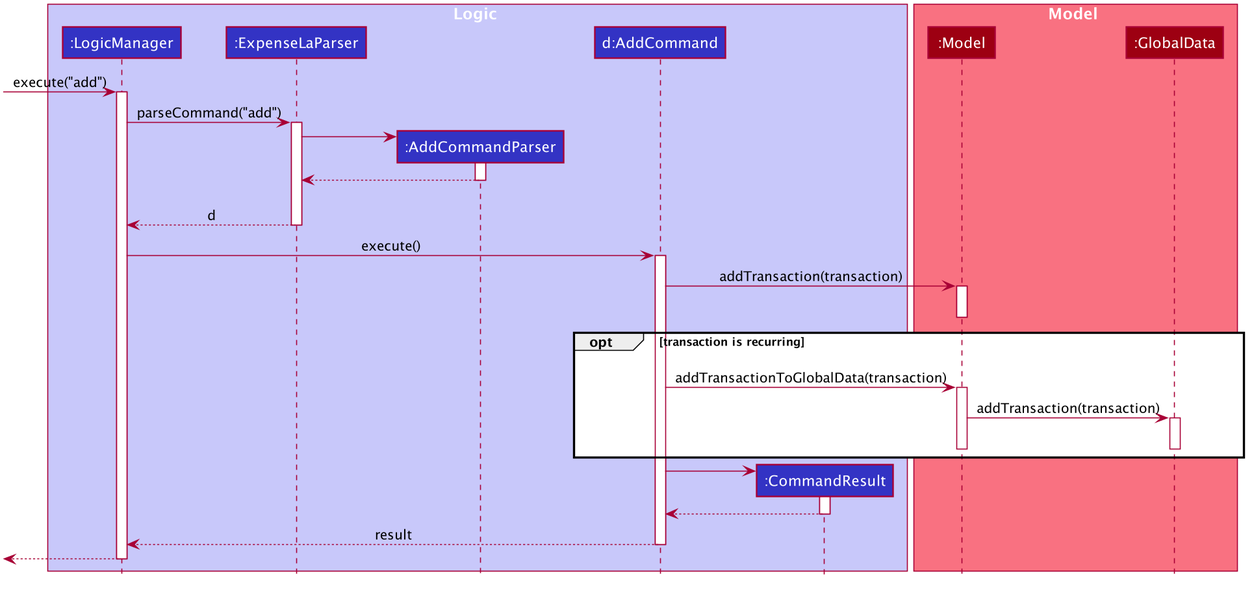
Before: images/add-command/AddCommandSequenceDiagram.png, a diagram exported from PlantUML (AY1920S2-CS2103-T09-3/main). Its diagram source:
```plantuml
@startuml








skinparam BackgroundColor #FFFFFFF

skinparam Shadowing false

skinparam Class {
    FontColor #FFFFFF
    BorderThickness 1
    BorderColor #FFFFFF
    StereotypeFontColor #FFFFFF
    FontName Arial
}

skinparam Actor {
    BorderColor #000000
    Color #000000
    FontName Arial
}

skinparam Sequence {
    MessageAlign center
    BoxFontSize 15
    BoxPadding 0
    BoxFontColor #FFFFFF
    FontName Arial
}

skinparam Participant {
    FontColor #FFFFFFF
    Padding 20
}

skinparam MinClassWidth 50
skinparam ParticipantPadding 10
skinparam Shadowing false
skinparam DefaultTextAlignment center
skinparam packageStyle Rectangle

hide footbox
hide members
hide circle

box Logic #C8C8FA
participant ":LogicManager" as LogicManager #3333C4
participant ":ExpenseLaParser" as ExpenseLaParser #3333C4
participant ":AddCommandParser" as AddCommandParser #3333C4
participant "d:AddCommand" as AddCommand #3333C4
participant ":CommandResult" as CommandResult #3333C4
end box

box Model #F97181

participant ":Model" as Model #9D0012
participant ":GlobalData" as GlobalData #9D0012
end box

[-> LogicManager : execute("add")
activate LogicManager

LogicManager -> ExpenseLaParser : parseCommand("add")
activate ExpenseLaParser

create AddCommandParser
ExpenseLaParser -> AddCommandParser
activate AddCommandParser


AddCommandParser --> ExpenseLaParser
deactivate AddCommandParser

deactivate AddCommandParser
AddCommandParser -[hidden]-> ExpenseLaParser

ExpenseLaParser --> LogicManager : d
deactivate ExpenseLaParser

LogicManager -> AddCommand : execute()
activate AddCommand



AddCommand -> Model : addTransaction(transaction)
activate Model
deactivate Model

opt transaction is recurring



AddCommand -[hidden]> GlobalData
AddCommand -> Model : addTransactionToGlobalData(transaction)
activate Model

Model -> GlobalData : addTransaction(transaction)

activate GlobalData

deactivate GlobalData




deactivate Model


end

create CommandResult
AddCommand -> CommandResult
activate CommandResult

CommandResult --> AddCommand
deactivate CommandResult

AddCommand --> LogicManager : result
deactivate AddCommand

[<--LogicManager
deactivate LogicManager
@enduml
```
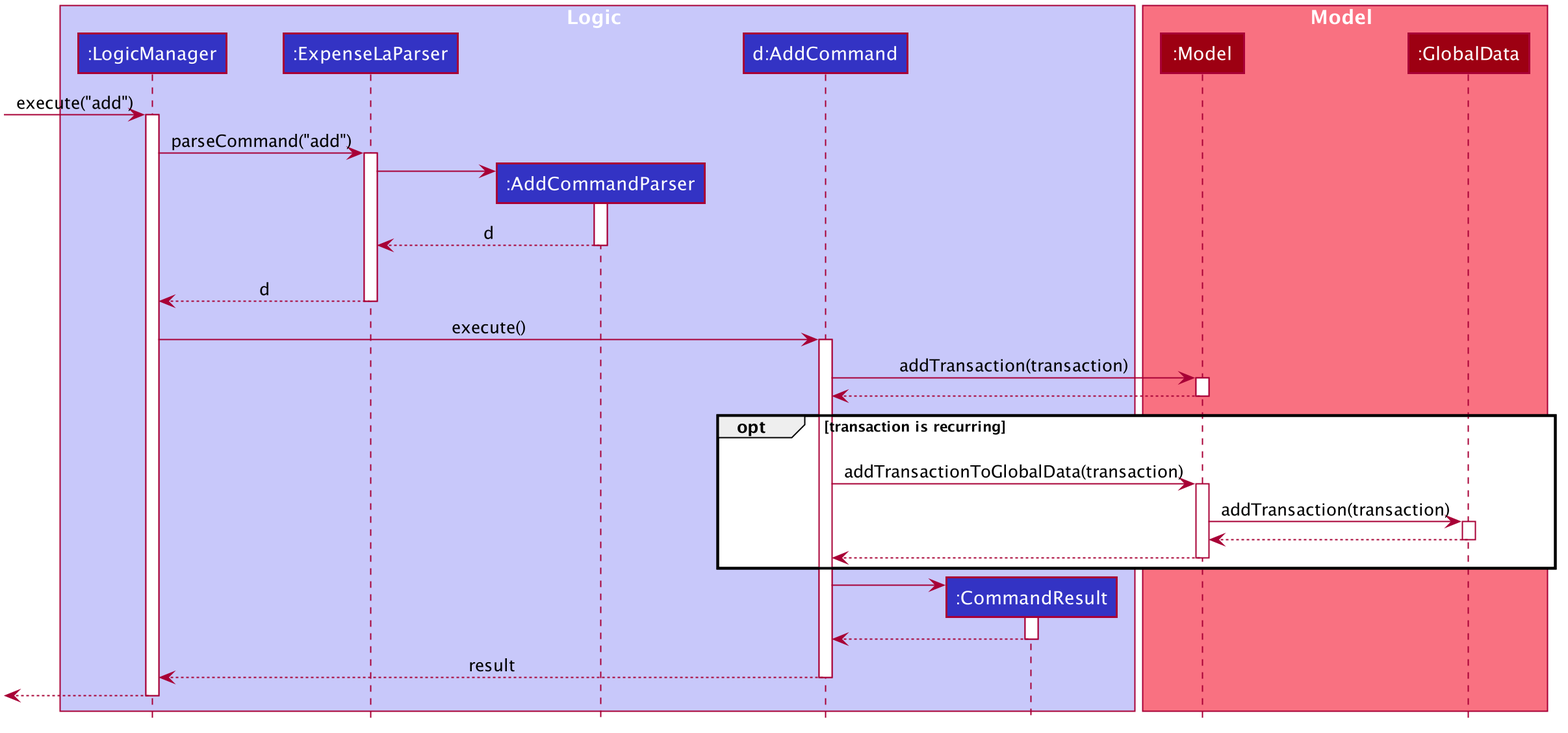
Later version of the same file.

The edit, as a diff of the source:
```diff
@@ -73,7 +73,7 @@
 activate AddCommandParser
 
 
-AddCommandParser --> ExpenseLaParser
+AddCommandParser --> ExpenseLaParser : d
 deactivate AddCommandParser
 
 deactivate AddCommandParser
@@ -89,6 +89,8 @@
 
 AddCommand -> Model : addTransaction(transaction)
 activate Model
+
+Model --> AddCommand
 deactivate Model
 
 opt transaction is recurring
@@ -97,15 +99,18 @@
 
 AddCommand -[hidden]> GlobalData
 AddCommand -> Model : addTransactionToGlobalData(transaction)
+
 activate Model
 
 Model -> GlobalData : addTransaction(transaction)
 
+
 activate GlobalData
+GlobalData --> Model
 
 deactivate GlobalData
 
-
+Model --> AddCommand
 
 
 deactivate Model
```
